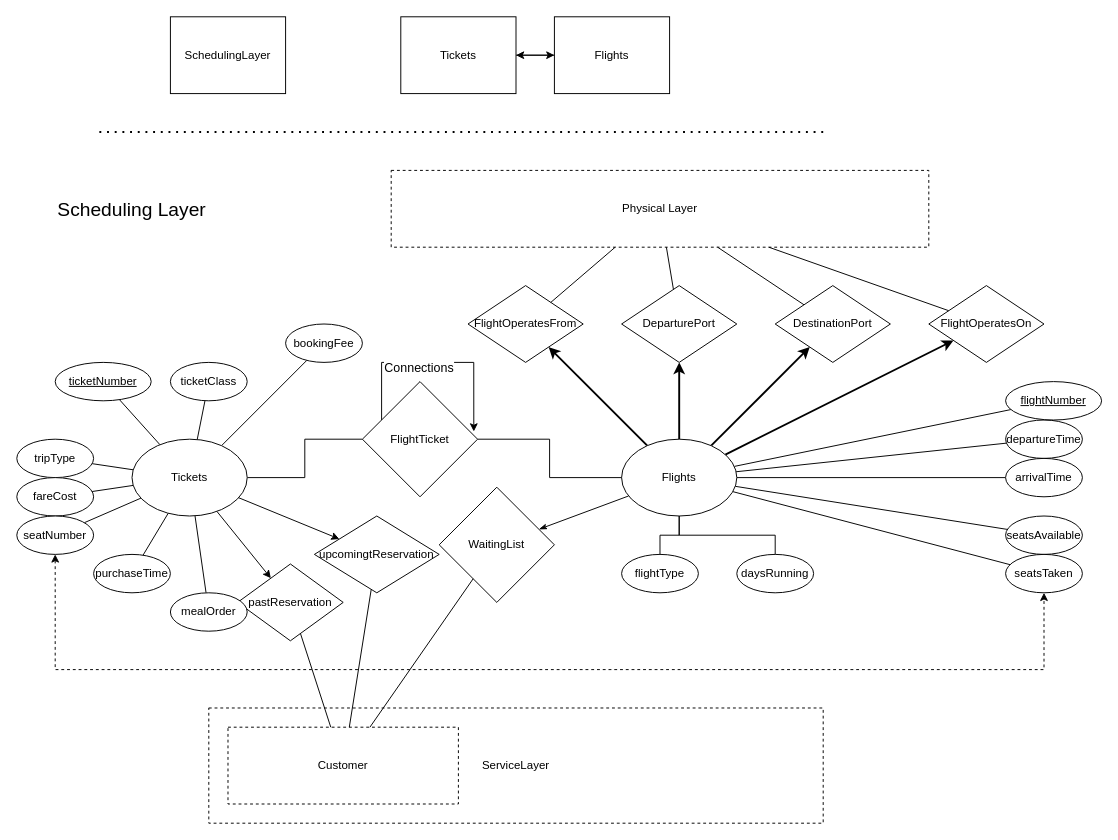
The draw.io diagram page "SchedulingLayer" (4 of 5) of ERDiagram.drawio in kyle4036/DatabaseManagement2026Project1, before the edit. Source tidied: cells renumbered, new cells numbered last; positions are measured from the earlier drawing's top-left corner, leaving out a move shared by most shapes. Both pictures are drawn from the tidied source at 96%, with x=0, y=0 at pixel (16, 16).
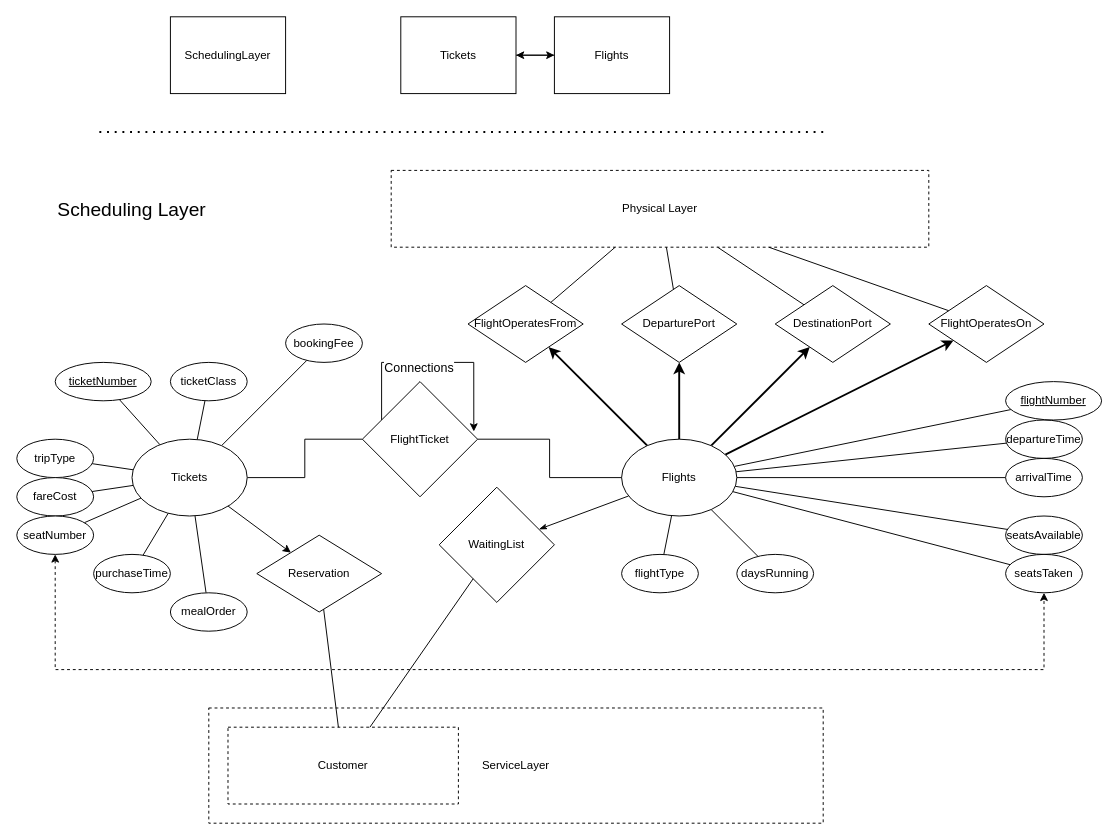
After the change.

Unchanged cells that the change refers to:
```xml
<mxCell id="21" value="Flights" style="ellipse;whiteSpace=wrap;html=1;" parent="1" vertex="1">
  <mxGeometry x="630" y="440" width="120" height="80" as="geometry" />
</mxCell>
<mxCell id="31" value="Tickets" style="ellipse;whiteSpace=wrap;html=1;" parent="1" vertex="1">
  <mxGeometry x="120" y="440" width="120" height="80" as="geometry" />
</mxCell>
<mxCell id="38" value="flightType" style="ellipse;whiteSpace=wrap;html=1;" parent="1" vertex="1">
  <mxGeometry x="630" y="560" width="80" height="40" as="geometry" />
</mxCell>
<mxCell id="39" value="daysRunning" style="ellipse;whiteSpace=wrap;html=1;" parent="1" vertex="1">
  <mxGeometry x="750" y="560" width="80" height="40" as="geometry" />
</mxCell>
<mxCell id="61" value="Customer" style="rounded=0;whiteSpace=wrap;html=1;dashed=1;" parent="59" vertex="1">
  <mxGeometry x="20" y="20" width="240" height="80" as="geometry" />
</mxCell>
```

Change to the diagram source:
```diff
@@
-    <mxCell id="13" style="edgeStyle=orthogonalEdgeStyle;rounded=0;jettySize=auto;html=1;endArrow=none;endFill=0;" parent="1" edge="1" source="21" target="38">
+    <mxCell id="13" style="rounded=0;jettySize=auto;html=1;endArrow=none;endFill=0;" parent="1" edge="1" source="21" target="38">
       <mxGeometry relative="1" as="geometry" />
     </mxCell>
-    <mxCell id="14" style="edgeStyle=orthogonalEdgeStyle;rounded=0;jettySize=auto;html=1;endArrow=none;endFill=0;" parent="1" edge="1" source="21" target="39">
+    <mxCell id="14" style="rounded=0;jettySize=auto;html=1;endArrow=none;endFill=0;" parent="1" edge="1" source="21" target="39">
       <mxGeometry relative="1" as="geometry" />
     </mxCell>
@@
-    <mxCell id="55" style="rounded=0;jettySize=auto;html=1;endArrow=none;endFill=0;startArrow=classic;startFill=1;" parent="1" edge="1" source="56" target="31">
-      <mxGeometry relative="1" as="geometry" />
-    </mxCell>
-    <mxCell id="56" value="pastReservation" style="rhombus;whiteSpace=wrap;html=1;" parent="1" vertex="1">
-      <mxGeometry x="230" y="570" width="110" height="80" as="geometry" />
-    </mxCell>
@@
-    <mxCell id="63" style="rounded=0;jettySize=auto;html=1;endArrow=none;endFill=0;" parent="1" edge="1" source="61" target="56">
-      <mxGeometry relative="1" as="geometry" />
-    </mxCell>
@@
-    <mxCell id="71" value="upcomingtReservation" style="rhombus;whiteSpace=wrap;html=1;" parent="1" vertex="1">
-      <mxGeometry x="310" y="520" width="130" height="80" as="geometry" />
+    <mxCell id="71" value="Reservation" style="rhombus;whiteSpace=wrap;html=1;" parent="1" vertex="1">
+      <mxGeometry x="250" y="540" width="130" height="80" as="geometry" />
     </mxCell>
```
